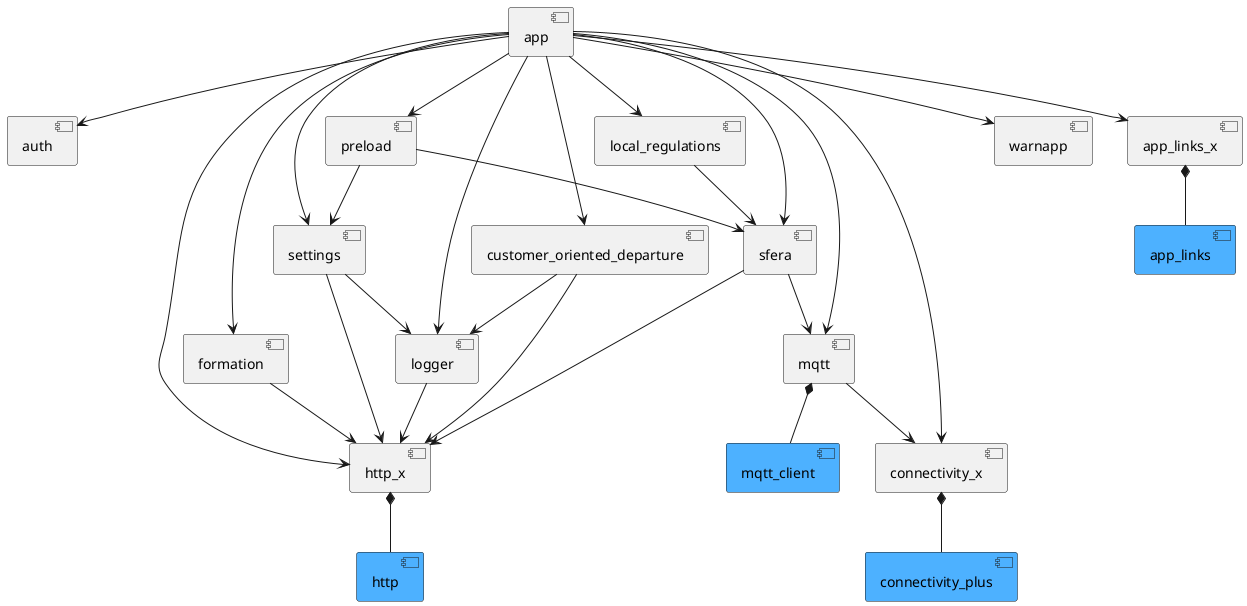
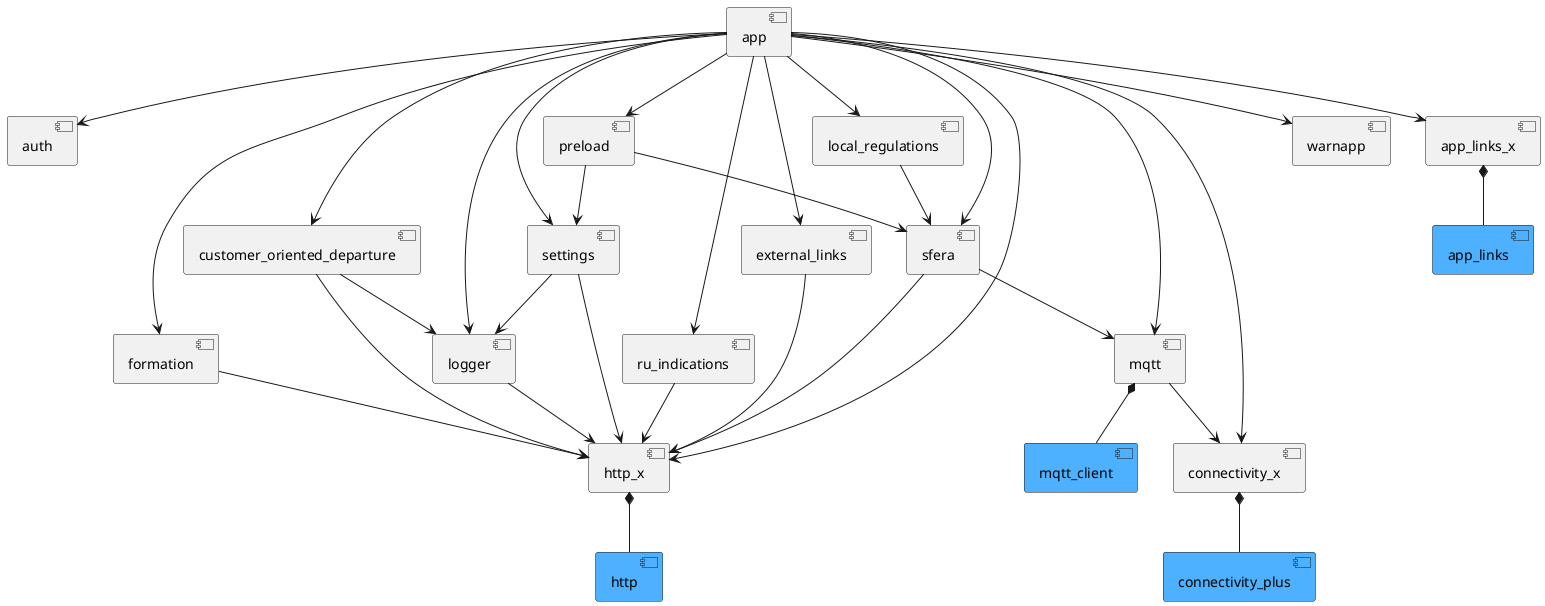
@startuml components

component app
component auth
component logger
component formation
component sfera
component mqtt
component connectivity_x
component local_regulations
component settings
component warnapp
component mqtt_client #4DB1FF
component http_x
component http #4DB1FF
component connectivity_plus #4DB1FF
component app_links #4DB1FF
component app_links_x
component preload
component customer_oriented_departure
+ component ru_indications
+ component external_links

app --> auth
app --> sfera
app --> mqtt
app --> connectivity_x
app --> local_regulations
app --> settings
app --> warnapp
app --> logger
app --> http_x
app --> formation
app --> app_links_x
app --> preload
app --> customer_oriented_departure
+ app --> ru_indications
+ app --> external_links

settings --> http_x
settings --> logger

formation --> http_x

customer_oriented_departure --> http_x
customer_oriented_departure --> logger

logger --> http_x

sfera --> mqtt
sfera --> http_x

local_regulations --> sfera

http_x *-- http

mqtt --> connectivity_x
mqtt *-- mqtt_client

connectivity_x *-- connectivity_plus

app_links_x *-- app_links

preload --> settings
preload --> sfera

+ ru_indications --> http_x
+ 
+ external_links --> http_x
+ 
@enduml